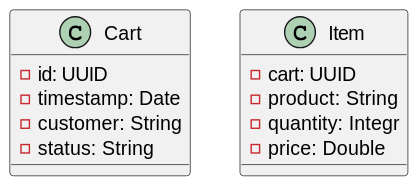
Above: PolyglotDemoDataGenerator/docs/cassandra.svg in EsfingeFramework/querybuilder (PlantUML), before the change. Its diagram source:
```plantuml
@startuml
    class Cart {
        - id: UUID
        - timestamp: Date
        - customer: String
        - status: String
    }

    class Item {
        - cart: UUID
        - product: String
        - quantity: Integr
        - price: Double
    }
@enduml
```
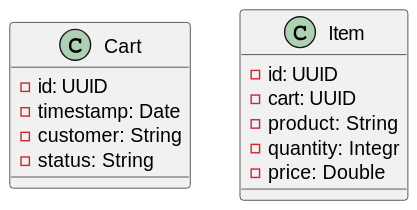
After the commit.

Diff of the diagram source:
```diff
@@ -7,6 +7,7 @@
     }
 
     class Item {
+        - id: UUID
         - cart: UUID
         - product: String
         - quantity: Integr
```
